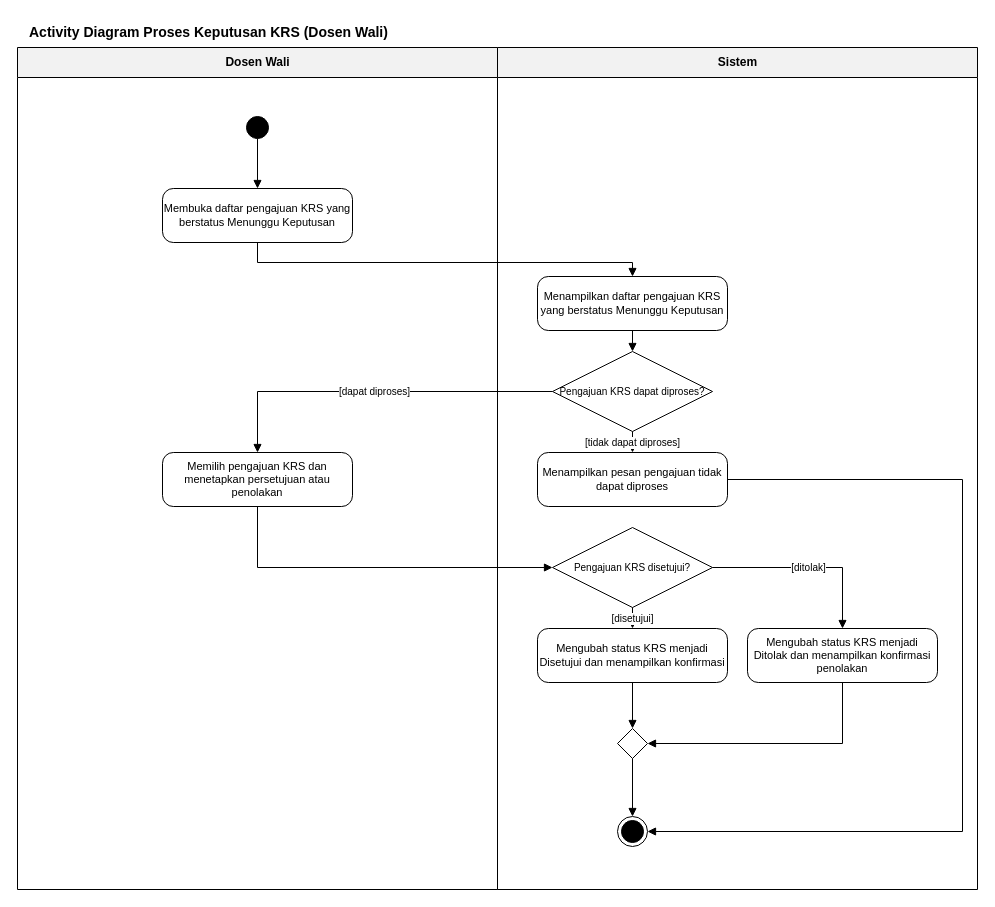
Earlier version of the draw.io diagram 04_Model_Analisis/P06/SIA/P06_2406072_SIA_activity_proses_keputusan_krs_v01.drawio (nabilmuhammadramadhan/IFRWP5149_2406072_LabAlat). Source tidied: cells renumbered, new cells numbered last; positions are measured from the earlier drawing's top-left corner, leaving out a move shared by most shapes. Both pictures are drawn from the tidied source at 100%, with x=0, y=0 at pixel (17, 17).
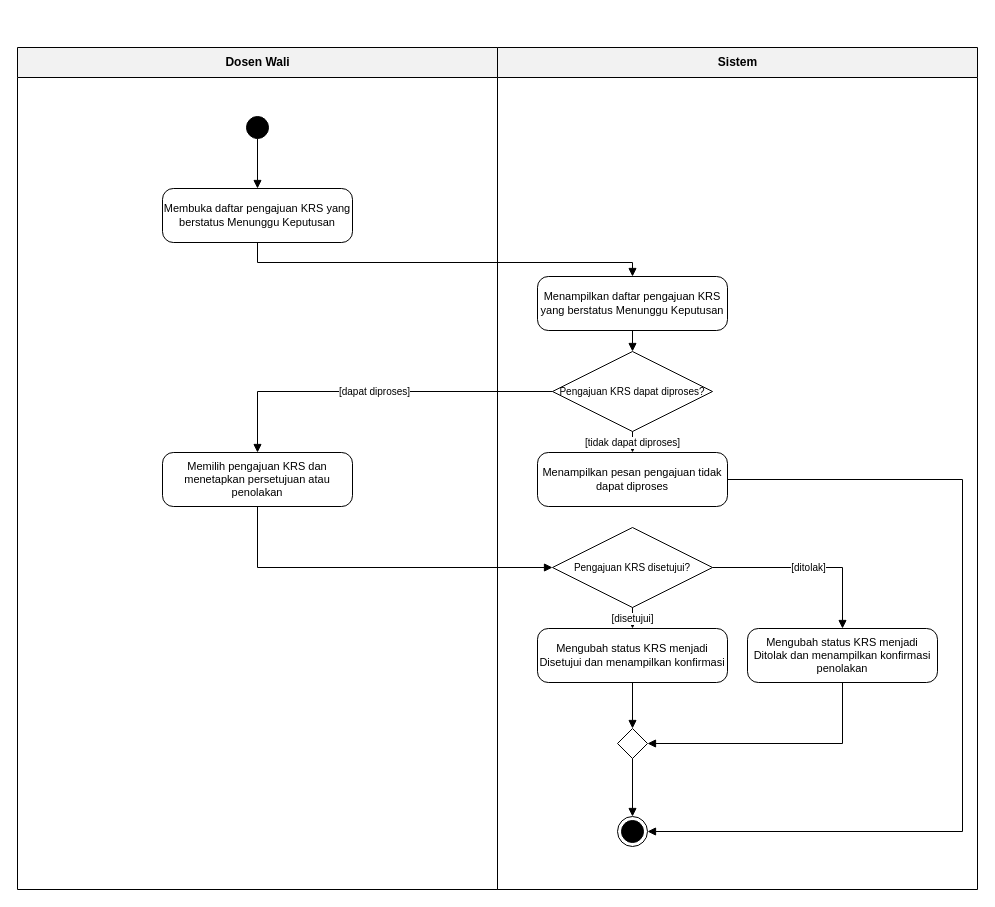
Above is the later version.

Change to the diagram source:
```diff
@@
-    <mxCell id="2" value="Activity Diagram Proses Keputusan KRS (Dosen Wali)" style="text;html=1;align=left;fontStyle=1;fontSize=14;" parent="1" vertex="1">
-      <mxGeometry x="10" width="600" height="26" as="geometry" />
-    </mxCell>
```
